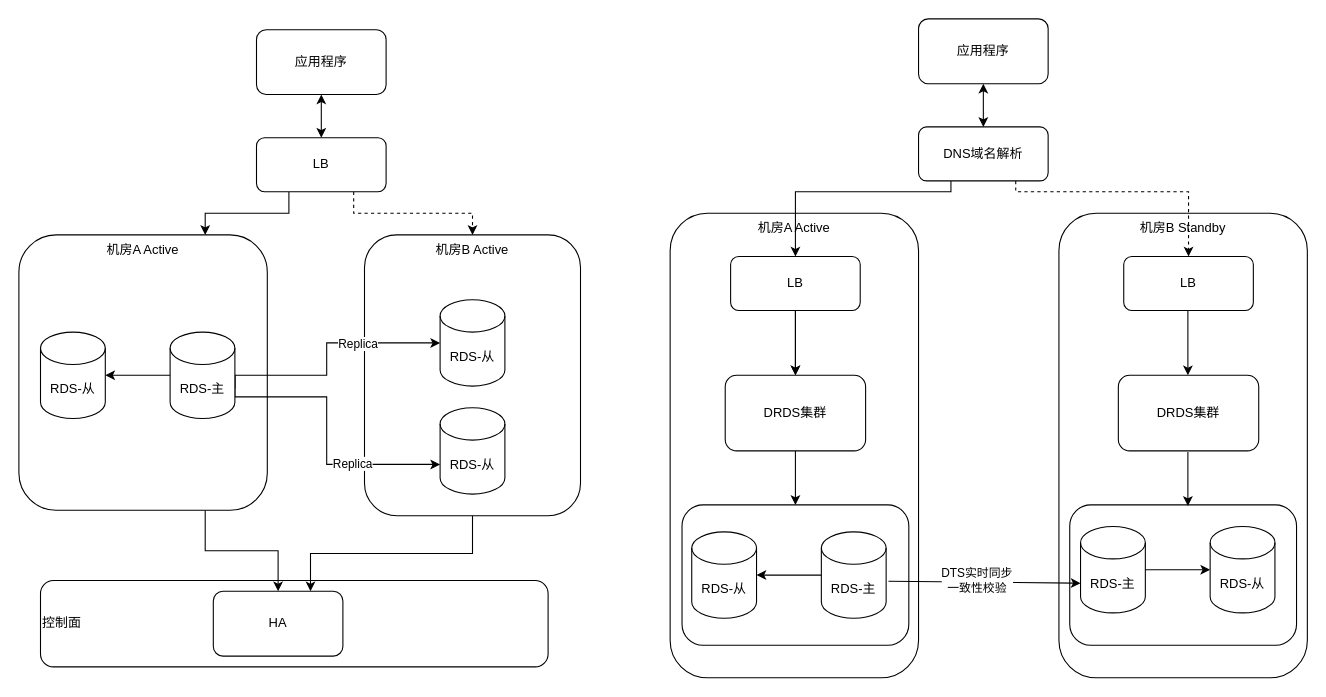
Before: page "Page-4" (4 of 4) of Untitled Diagram.drawio in zjtheone/read-the-fxxk-code, a draw.io diagram. Source tidied: cells renumbered, new cells numbered last; positions are measured from the earlier drawing's top-left corner, leaving out a move shared by most shapes. Both pictures are drawn from the tidied source at 108%, with x=0, y=0 at pixel (18, 18).
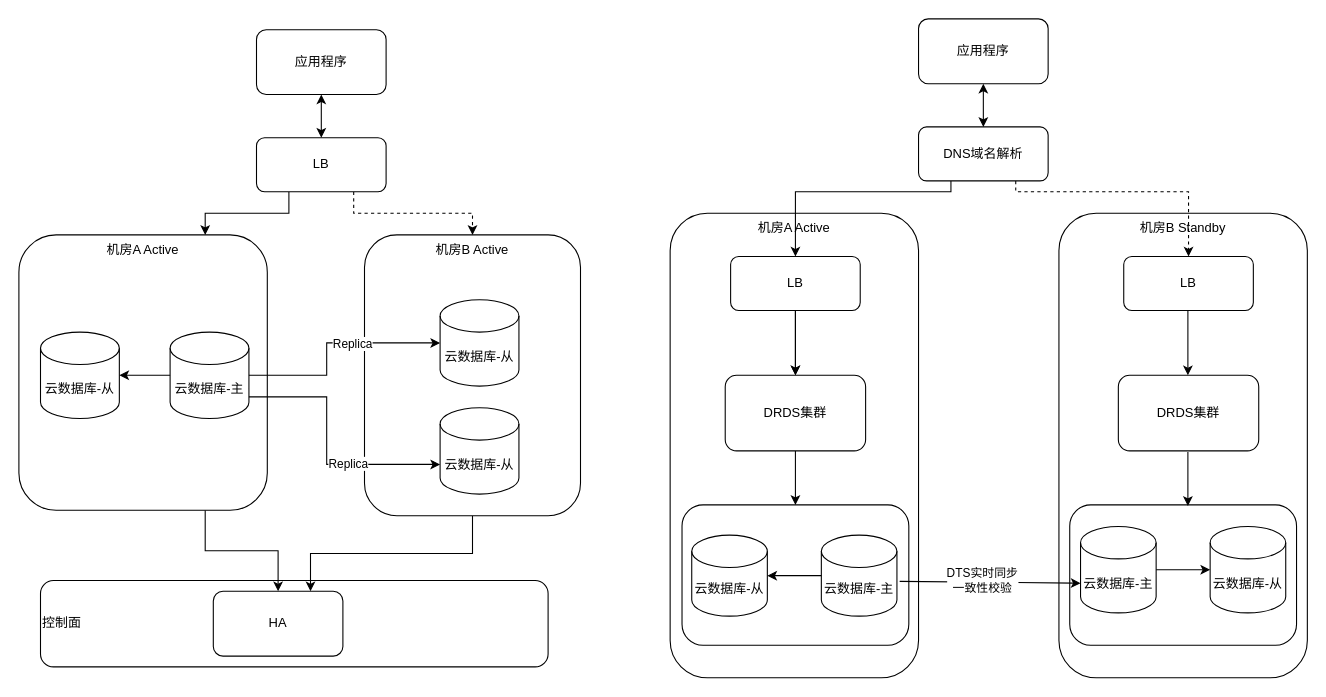
Above is the later version.

Diff of the diagram source:
```diff
@@
-    <mxCell id="15" value="RDS-主" style="shape=cylinder3;whiteSpace=wrap;html=1;boundedLbl=1;backgroundOutline=1;size=15;" parent="1" vertex="1">
-      <mxGeometry x="140" y="290" width="60" height="80" as="geometry" />
+    <mxCell id="15" value="云数据库-主" style="shape=cylinder3;whiteSpace=wrap;html=1;boundedLbl=1;backgroundOutline=1;size=15;" parent="1" vertex="1">
+      <mxGeometry x="140" y="290" width="73" height="80" as="geometry" />
     </mxCell>
-    <mxCell id="16" value="RDS-从" style="shape=cylinder3;whiteSpace=wrap;html=1;boundedLbl=1;backgroundOutline=1;size=15;" parent="1" vertex="1">
-      <mxGeometry x="20" y="290" width="60" height="80" as="geometry" />
+    <mxCell id="16" value="云数据库-从" style="shape=cylinder3;whiteSpace=wrap;html=1;boundedLbl=1;backgroundOutline=1;size=15;" parent="1" vertex="1">
+      <mxGeometry x="20" y="290" width="73" height="80" as="geometry" />
     </mxCell>
-    <mxCell id="17" value="RDS-从" style="shape=cylinder3;whiteSpace=wrap;html=1;boundedLbl=1;backgroundOutline=1;size=15;" parent="1" vertex="1">
-      <mxGeometry x="390" y="260" width="60" height="80" as="geometry" />
+    <mxCell id="17" value="云数据库-从" style="shape=cylinder3;whiteSpace=wrap;html=1;boundedLbl=1;backgroundOutline=1;size=15;" parent="1" vertex="1">
+      <mxGeometry x="390" y="260" width="73" height="80" as="geometry" />
     </mxCell>
-    <mxCell id="18" value="RDS-从" style="shape=cylinder3;whiteSpace=wrap;html=1;boundedLbl=1;backgroundOutline=1;size=15;" parent="1" vertex="1">
-      <mxGeometry x="390" y="360" width="60" height="80" as="geometry" />
+    <mxCell id="18" value="云数据库-从" style="shape=cylinder3;whiteSpace=wrap;html=1;boundedLbl=1;backgroundOutline=1;size=15;" parent="1" vertex="1">
+      <mxGeometry x="390" y="360" width="73" height="80" as="geometry" />
     </mxCell>
@@
-    <mxCell id="26" value="RDS-主" style="shape=cylinder3;whiteSpace=wrap;html=1;boundedLbl=1;backgroundOutline=1;size=15;" parent="1" vertex="1">
-      <mxGeometry x="743" y="475" width="60" height="80" as="geometry" />
+    <mxCell id="26" value="云数据库-主" style="shape=cylinder3;whiteSpace=wrap;html=1;boundedLbl=1;backgroundOutline=1;size=15;" parent="1" vertex="1">
+      <mxGeometry x="743" y="478" width="70" height="75" as="geometry" />
     </mxCell>
-    <mxCell id="27" value="RDS-从" style="shape=cylinder3;whiteSpace=wrap;html=1;boundedLbl=1;backgroundOutline=1;size=15;" parent="1" vertex="1">
-      <mxGeometry x="623" y="475" width="60" height="80" as="geometry" />
+    <mxCell id="27" value="云数据库-从" style="shape=cylinder3;whiteSpace=wrap;html=1;boundedLbl=1;backgroundOutline=1;size=15;" parent="1" vertex="1">
+      <mxGeometry x="623" y="478" width="70" height="75" as="geometry" />
     </mxCell>
@@
-    <mxCell id="29" value="RDS-从" style="shape=cylinder3;whiteSpace=wrap;html=1;boundedLbl=1;backgroundOutline=1;size=15;" parent="1" vertex="1">
-      <mxGeometry x="1103" y="470" width="60" height="80" as="geometry" />
+    <mxCell id="29" value="云数据库-从" style="shape=cylinder3;whiteSpace=wrap;html=1;boundedLbl=1;backgroundOutline=1;size=15;" parent="1" vertex="1">
+      <mxGeometry x="1103" y="470" width="70" height="80" as="geometry" />
     </mxCell>
-    <mxCell id="30" value="RDS-主" style="shape=cylinder3;whiteSpace=wrap;html=1;boundedLbl=1;backgroundOutline=1;size=15;" parent="1" vertex="1">
-      <mxGeometry x="983" y="470" width="60" height="80" as="geometry" />
+    <mxCell id="30" value="云数据库-主" style="shape=cylinder3;whiteSpace=wrap;html=1;boundedLbl=1;backgroundOutline=1;size=15;" parent="1" vertex="1">
+      <mxGeometry x="983" y="470" width="70" height="80" as="geometry" />
     </mxCell>
```
